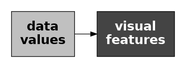
Earlier version of the Graphviz export Diagrams/data-vis.png (pmur002/hdvw). Its source is kept beside it as Diagrams/data-vis.dot. Its diagram source:
```dot
digraph {
  graph [ rankdir=LR; margin=.2; nodesep=.5 ];
  node [ fontsize=20; fontname="sans bold"; margin=.2 ];
  data [ label="data\nvalues"; shape=box; style=filled; fillcolor=gray ]
  vis [ label="visual\nfeatures"; shape=box;
        style=filled; fillcolor="#444444"; fontcolor=white ]
  data -> vis
}
```
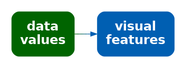
After the commit.

Change to the diagram source:
```diff
@@ -1,8 +1,8 @@
 digraph {
   graph [ rankdir=LR; margin=.2; nodesep=.5 ];
   node [ fontsize=20; fontname="sans bold"; margin=.2 ];
-  data [ label="data\nvalues"; shape=box; style=filled; fillcolor=gray ]
+  data [ label="data\nvalues"; shape=box; style="filled, rounded"; penwidth=0; fontcolor=white; fillcolor="#006400" ]
   vis [ label="visual\nfeatures"; shape=box;
-        style=filled; fillcolor="#444444"; fontcolor=white ]
-  data -> vis
+     style="filled, rounded"; penwidth=0; fontcolor=white; fillcolor="#005FB2" ]
+  data -> vis [ color="#006400;0.1:#006314;0.1:#006328;0.1:#00623B;0.1:#00624F;0.1:#006163;0.1:#006177;0.1:#00608A;0.1:#00609E;0.1:#005FB2;0.1" ]
 }
```
